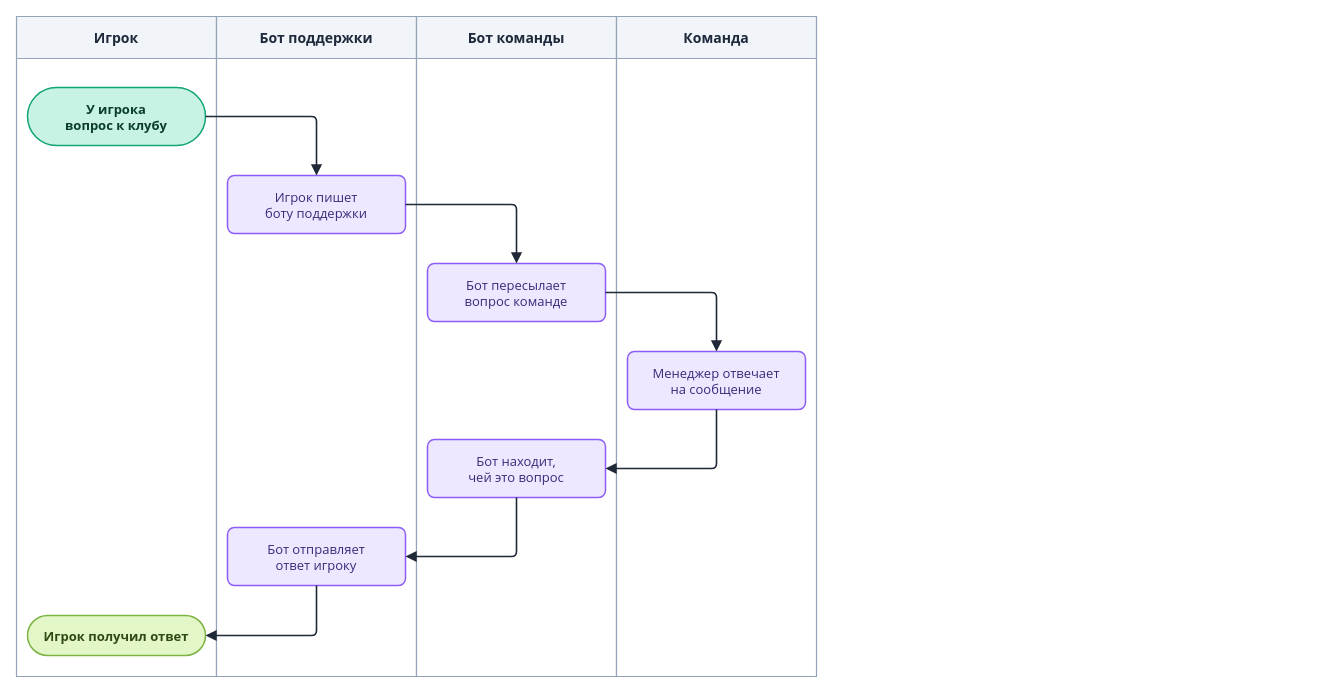
LILSUFFER/zerake-docs keeps this draw.io diagram as diagrams/drawio/support.drawio. Above is the earlier version. Source tidied: cells renumbered, new cells numbered last; positions are measured from the earlier drawing's top-left corner, leaving out a move shared by most shapes. Both pictures are drawn from the tidied source at 100%, with x=0, y=0 at pixel (16, 16).
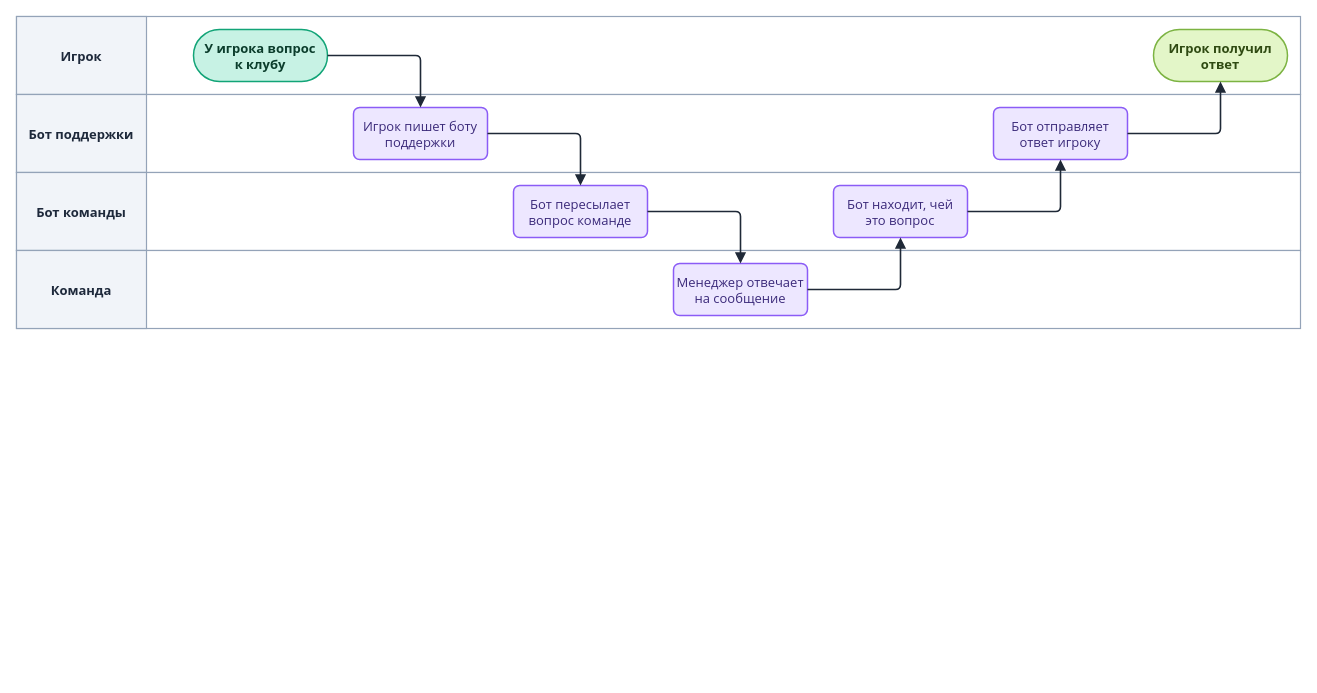
The same page after the edit.

Diff of the diagram source:
```diff
@@
+    <mxCell id="19" style="rounded=0;html=0;fillColor=#FFFFFF;strokeColor=#94A3B8;strokeWidth=1.2;" parent="1" vertex="1">
+      <mxGeometry width="1284" height="78" as="geometry" />
+    </mxCell>
-    <mxCell id="2" value="Игрок" style="swimlane;horizontal=1;startSize=42;fillColor=#F1F4F9;swimlaneFillColor=#FFFFFF;strokeColor=#94A3B8;fontColor=#1E293B;fontStyle=1;fontSize=14;fontFamily=Segoe UI;strokeWidth=1.2;" parent="1" vertex="1">
-      <mxGeometry width="200" height="660" as="geometry" />
+    <mxCell id="2" value="Игрок" style="rounded=0;html=0;fillColor=#F1F4F9;strokeColor=#94A3B8;strokeWidth=1.2;fontColor=#1E293B;fontStyle=1;fontSize=13;fontFamily=Segoe UI;align=center;verticalAlign=middle;" parent="1" vertex="1">
+      <mxGeometry width="130" height="78" as="geometry" />
     </mxCell>
+    <mxCell id="20" style="rounded=0;html=0;fillColor=#FFFFFF;strokeColor=#94A3B8;strokeWidth=1.2;" parent="1" vertex="1">
+      <mxGeometry y="78" width="1284" height="78" as="geometry" />
+    </mxCell>
-    <mxCell id="3" value="Бот поддержки" style="swimlane;horizontal=1;startSize=42;fillColor=#F1F4F9;swimlaneFillColor=#FFFFFF;strokeColor=#94A3B8;fontColor=#1E293B;fontStyle=1;fontSize=14;fontFamily=Segoe UI;strokeWidth=1.2;" parent="1" vertex="1">
-      <mxGeometry x="200" width="200" height="660" as="geometry" />
+    <mxCell id="3" value="Бот поддержки" style="rounded=0;html=0;fillColor=#F1F4F9;strokeColor=#94A3B8;strokeWidth=1.2;fontColor=#1E293B;fontStyle=1;fontSize=13;fontFamily=Segoe UI;align=center;verticalAlign=middle;" parent="1" vertex="1">
+      <mxGeometry y="78" width="130" height="78" as="geometry" />
     </mxCell>
+    <mxCell id="21" style="rounded=0;html=0;fillColor=#FFFFFF;strokeColor=#94A3B8;strokeWidth=1.2;" parent="1" vertex="1">
+      <mxGeometry y="156" width="1284" height="78" as="geometry" />
+    </mxCell>
-    <mxCell id="4" value="Бот команды" style="swimlane;horizontal=1;startSize=42;fillColor=#F1F4F9;swimlaneFillColor=#FFFFFF;strokeColor=#94A3B8;fontColor=#1E293B;fontStyle=1;fontSize=14;fontFamily=Segoe UI;strokeWidth=1.2;" parent="1" vertex="1">
-      <mxGeometry x="400" width="200" height="660" as="geometry" />
+    <mxCell id="4" value="Бот команды" style="rounded=0;html=0;fillColor=#F1F4F9;strokeColor=#94A3B8;strokeWidth=1.2;fontColor=#1E293B;fontStyle=1;fontSize=13;fontFamily=Segoe UI;align=center;verticalAlign=middle;" parent="1" vertex="1">
+      <mxGeometry y="156" width="130" height="78" as="geometry" />
     </mxCell>
+    <mxCell id="22" style="rounded=0;html=0;fillColor=#FFFFFF;strokeColor=#94A3B8;strokeWidth=1.2;" parent="1" vertex="1">
+      <mxGeometry y="234" width="1284" height="78" as="geometry" />
+    </mxCell>
-    <mxCell id="5" value="Команда" style="swimlane;horizontal=1;startSize=42;fillColor=#F1F4F9;swimlaneFillColor=#FFFFFF;strokeColor=#94A3B8;fontColor=#1E293B;fontStyle=1;fontSize=14;fontFamily=Segoe UI;strokeWidth=1.2;" parent="1" vertex="1">
-      <mxGeometry x="600" width="200" height="660" as="geometry" />
+    <mxCell id="5" value="Команда" style="rounded=0;html=0;fillColor=#F1F4F9;strokeColor=#94A3B8;strokeWidth=1.2;fontColor=#1E293B;fontStyle=1;fontSize=13;fontFamily=Segoe UI;align=center;verticalAlign=middle;" parent="1" vertex="1">
+      <mxGeometry y="234" width="130" height="78" as="geometry" />
     </mxCell>
-    <mxCell id="6" value="У игрока&#10;вопрос к клубу" style="rounded=1;arcSize=50;html=0;fontStyle=1;fillColor=#C7F2E4;strokeColor=#12A477;fontColor=#0B3D2C;fontFamily=Segoe UI;fontSize=13;strokeWidth=1.5;" parent="1" vertex="1">
-      <mxGeometry x="11" y="71" width="178" height="58" as="geometry" />
+    <mxCell id="6" value="У игрока вопрос&#10;к клубу" style="rounded=1;arcSize=50;html=0;fontStyle=1;fillColor=#C7F2E4;strokeColor=#12A477;fontColor=#0B3D2C;fontFamily=Segoe UI;fontSize=13;strokeWidth=1.5;" parent="1" vertex="1">
+      <mxGeometry x="177" y="13" width="134" height="52" as="geometry" />
     </mxCell>
-    <mxCell id="7" value="Игрок пишет&#10;боту поддержки" style="rounded=1;arcSize=12;html=0;fillColor=#EDE7FF;strokeColor=#8B5CF6;fontColor=#3B2A7A;fontFamily=Segoe UI;fontSize=13;strokeWidth=1.5;" parent="1" vertex="1">
-      <mxGeometry x="211" y="159" width="178" height="58" as="geometry" />
+    <mxCell id="7" value="Игрок пишет боту&#10;поддержки" style="rounded=1;arcSize=12;html=0;fillColor=#EDE7FF;strokeColor=#8B5CF6;fontColor=#3B2A7A;fontFamily=Segoe UI;fontSize=13;strokeWidth=1.5;" parent="1" vertex="1">
+      <mxGeometry x="337" y="91" width="134" height="52" as="geometry" />
     </mxCell>
     <mxCell id="8" value="Бот пересылает&#10;вопрос команде" style="rounded=1;arcSize=12;html=0;fillColor=#EDE7FF;strokeColor=#8B5CF6;fontColor=#3B2A7A;fontFamily=Segoe UI;fontSize=13;strokeWidth=1.5;" parent="1" vertex="1">
-      <mxGeometry x="411" y="247" width="178" height="58" as="geometry" />
+      <mxGeometry x="497" y="169" width="134" height="52" as="geometry" />
     </mxCell>
     <mxCell id="9" value="Менеджер отвечает&#10;на сообщение" style="rounded=1;arcSize=12;html=0;fillColor=#EDE7FF;strokeColor=#8B5CF6;fontColor=#3B2A7A;fontFamily=Segoe UI;fontSize=13;strokeWidth=1.5;" parent="1" vertex="1">
-      <mxGeometry x="611" y="335" width="178" height="58" as="geometry" />
+      <mxGeometry x="657" y="247" width="134" height="52" as="geometry" />
     </mxCell>
-    <mxCell id="10" value="Бот находит,&#10;чей это вопрос" style="rounded=1;arcSize=12;html=0;fillColor=#EDE7FF;strokeColor=#8B5CF6;fontColor=#3B2A7A;fontFamily=Segoe UI;fontSize=13;strokeWidth=1.5;" parent="1" vertex="1">
-      <mxGeometry x="411" y="423" width="178" height="58" as="geometry" />
+    <mxCell id="10" value="Бот находит, чей&#10;это вопрос" style="rounded=1;arcSize=12;html=0;fillColor=#EDE7FF;strokeColor=#8B5CF6;fontColor=#3B2A7A;fontFamily=Segoe UI;fontSize=13;strokeWidth=1.5;" parent="1" vertex="1">
+      <mxGeometry x="817" y="169" width="134" height="52" as="geometry" />
     </mxCell>
     <mxCell id="11" value="Бот отправляет&#10;ответ игроку" style="rounded=1;arcSize=12;html=0;fillColor=#EDE7FF;strokeColor=#8B5CF6;fontColor=#3B2A7A;fontFamily=Segoe UI;fontSize=13;strokeWidth=1.5;" parent="1" vertex="1">
-      <mxGeometry x="211" y="511" width="178" height="58" as="geometry" />
+      <mxGeometry x="977" y="91" width="134" height="52" as="geometry" />
     </mxCell>
-    <mxCell id="12" value="Игрок получил ответ" style="rounded=1;arcSize=50;html=0;fontStyle=1;fillColor=#E3F6C8;strokeColor=#7CB342;fontColor=#2F4A12;fontFamily=Segoe UI;fontSize=13;strokeWidth=1.5;" parent="1" vertex="1">
-      <mxGeometry x="11" y="599" width="178" height="40" as="geometry" />
+    <mxCell id="12" value="Игрок получил&#10;ответ" style="rounded=1;arcSize=50;html=0;fontStyle=1;fillColor=#E3F6C8;strokeColor=#7CB342;fontColor=#2F4A12;fontFamily=Segoe UI;fontSize=13;strokeWidth=1.5;" parent="1" vertex="1">
+      <mxGeometry x="1137" y="13" width="134" height="52" as="geometry" />
     </mxCell>
@@
-    <mxCell id="16" style="edgeStyle=orthogonalEdgeStyle;rounded=1;arcSize=10;jettySize=auto;html=0;strokeColor=#1F2937;strokeWidth=1.6;endArrow=block;endFill=1;endSize=7;fontFamily=Segoe UI;fontSize=12;fontStyle=1;fontColor=#334155;labelBackgroundColor=#FFFFFF;exitX=0.5;exitY=1;entryX=1;entryY=0.5;" parent="1" edge="1" source="9" target="10">
+    <mxCell id="16" style="edgeStyle=orthogonalEdgeStyle;rounded=1;arcSize=10;jettySize=auto;html=0;strokeColor=#1F2937;strokeWidth=1.6;endArrow=block;endFill=1;endSize=7;fontFamily=Segoe UI;fontSize=12;fontStyle=1;fontColor=#334155;labelBackgroundColor=#FFFFFF;exitX=1;exitY=0.5;entryX=0.5;entryY=1;" parent="1" edge="1" source="9" target="10">
       <mxGeometry relative="1" as="geometry" />
     </mxCell>
-    <mxCell id="17" style="edgeStyle=orthogonalEdgeStyle;rounded=1;arcSize=10;jettySize=auto;html=0;strokeColor=#1F2937;strokeWidth=1.6;endArrow=block;endFill=1;endSize=7;fontFamily=Segoe UI;fontSize=12;fontStyle=1;fontColor=#334155;labelBackgroundColor=#FFFFFF;exitX=0.5;exitY=1;entryX=1;entryY=0.5;" parent="1" edge="1" source="10" target="11">
+    <mxCell id="17" style="edgeStyle=orthogonalEdgeStyle;rounded=1;arcSize=10;jettySize=auto;html=0;strokeColor=#1F2937;strokeWidth=1.6;endArrow=block;endFill=1;endSize=7;fontFamily=Segoe UI;fontSize=12;fontStyle=1;fontColor=#334155;labelBackgroundColor=#FFFFFF;exitX=1;exitY=0.5;entryX=0.5;entryY=1;" parent="1" edge="1" source="10" target="11">
       <mxGeometry relative="1" as="geometry" />
     </mxCell>
-    <mxCell id="18" style="edgeStyle=orthogonalEdgeStyle;rounded=1;arcSize=10;jettySize=auto;html=0;strokeColor=#1F2937;strokeWidth=1.6;endArrow=block;endFill=1;endSize=7;fontFamily=Segoe UI;fontSize=12;fontStyle=1;fontColor=#334155;labelBackgroundColor=#FFFFFF;exitX=0.5;exitY=1;entryX=1;entryY=0.5;" parent="1" edge="1" source="11" target="12">
+    <mxCell id="18" style="edgeStyle=orthogonalEdgeStyle;rounded=1;arcSize=10;jettySize=auto;html=0;strokeColor=#1F2937;strokeWidth=1.6;endArrow=block;endFill=1;endSize=7;fontFamily=Segoe UI;fontSize=12;fontStyle=1;fontColor=#334155;labelBackgroundColor=#FFFFFF;exitX=1;exitY=0.5;entryX=0.5;entryY=1;" parent="1" edge="1" source="11" target="12">
       <mxGeometry relative="1" as="geometry" />
     </mxCell>
```
